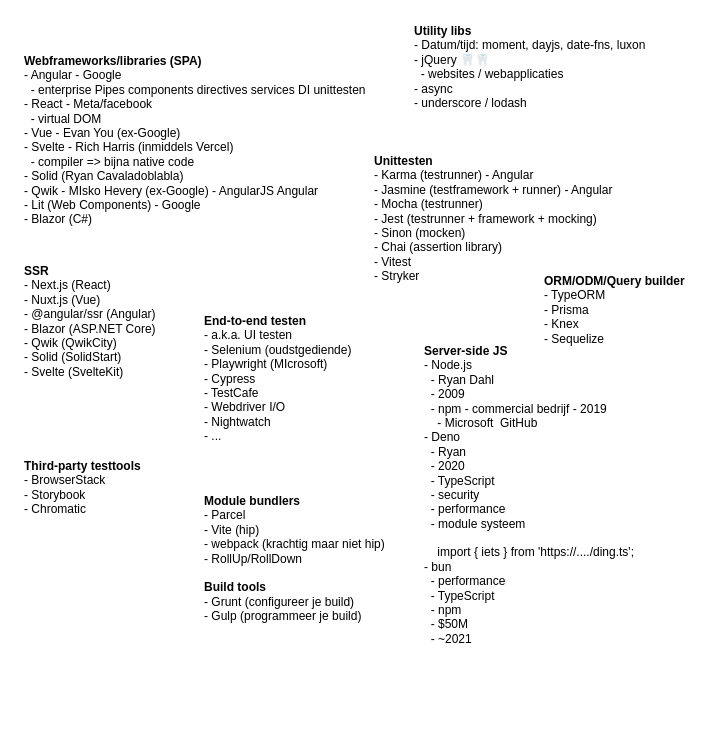
The draw.io diagram ecosystem.drawio in JPtenBerge/jsdevcor-2024-10, before the edit. Source tidied: cells renumbered, new cells numbered last; positions are measured from the earlier drawing's top-left corner, leaving out a move shared by most shapes. Both pictures are drawn from the tidied source at 100%, with x=0, y=0 at pixel (22, 17).
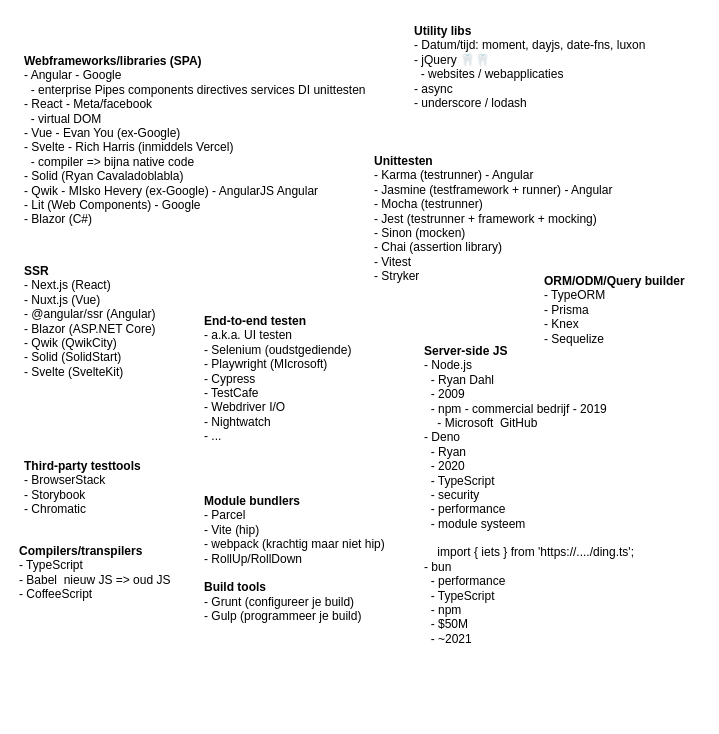
After the change.

What changed in the source:
```diff
@@
 <mxGraphModel>
   <root>
     <mxCell id="0" />
     <mxCell id="1" parent="0" />
     <mxCell id="2" value="&lt;b&gt;Server-side JS&lt;/b&gt;&lt;br&gt;- Node.js&lt;br&gt;&amp;nbsp; - Ryan Dahl&lt;br&gt;&amp;nbsp; - 2009&lt;br&gt;&amp;nbsp; - npm - commercial bedrijf - 2019&lt;br&gt;&amp;nbsp; &amp;nbsp; - Microsoft&amp;nbsp; GitHub&lt;br&gt;- Deno&lt;br&gt;&amp;nbsp; - Ryan&lt;br&gt;&amp;nbsp; - 2020&lt;br&gt;&amp;nbsp; - TypeScript&lt;br&gt;&amp;nbsp; - security&lt;br&gt;&amp;nbsp; - performance&lt;br&gt;&amp;nbsp; - module systeem&lt;br&gt;&lt;br&gt;&amp;nbsp; &amp;nbsp; import { iets } from 'https://..../ding.ts';&lt;br&gt;- bun&lt;br&gt;&amp;nbsp; - performance&lt;br&gt;&amp;nbsp; - TypeScript&lt;br&gt;&amp;nbsp; - npm&lt;br&gt;&amp;nbsp; - $50M&lt;br&gt;&amp;nbsp; - ~2021" style="text;html=1;strokeColor=none;fillColor=none;align=left;verticalAlign=top;whiteSpace=wrap;rounded=0;" parent="1" vertex="1">
       <mxGeometry x="400" y="320" width="260" height="380" as="geometry" />
     </mxCell>
     <mxCell id="3" value="&lt;b&gt;Webframeworks/libraries&amp;nbsp;(SPA)&lt;/b&gt;&lt;br&gt;- Angular - Google&lt;br&gt;&amp;nbsp; - enterprise Pipes components directives services DI unittesten&lt;br&gt;- React - Meta/facebook&lt;br&gt;&amp;nbsp; - virtual DOM&lt;br&gt;- Vue - Evan You (ex-Google)&lt;br&gt;- Svelte - Rich Harris (inmiddels Vercel)&lt;br&gt;&amp;nbsp; - compiler =&amp;gt; bijna native code&lt;br&gt;- Solid (Ryan Cavaladoblabla)&lt;br&gt;- Qwik - MIsko Hevery (ex-Google) - AngularJS Angular&lt;br&gt;- Lit (Web Components) - Google&lt;br&gt;- Blazor (C#)" style="text;html=1;strokeColor=none;fillColor=none;align=left;verticalAlign=top;whiteSpace=wrap;rounded=0;" parent="1" vertex="1">
       <mxGeometry y="30" width="370" height="210" as="geometry" />
     </mxCell>
     <mxCell id="4" value="&lt;b&gt;SSR&lt;/b&gt;&lt;br&gt;-&amp;nbsp;&lt;span style=&quot;background-color: initial;&quot;&gt;Next.js (React)&lt;br&gt;- Nuxt.js (Vue)&lt;br&gt;- @angular/ssr (Angular) &lt;br&gt;- Blazor (ASP.NET Core)&lt;br&gt;-&amp;nbsp;&lt;/span&gt;&lt;span style=&quot;background-color: initial;&quot;&gt;Qwik (QwikCity)&lt;br&gt;- Solid (SolidStart)&lt;br&gt;- Svelte (SvelteKit)&lt;/span&gt;&lt;span style=&quot;background-color: initial;&quot;&gt;&lt;br&gt;&lt;/span&gt;" style="text;html=1;strokeColor=none;fillColor=none;align=left;verticalAlign=top;whiteSpace=wrap;rounded=0;" parent="1" vertex="1">
       <mxGeometry y="240" width="180" height="150" as="geometry" />
     </mxCell>
     <mxCell id="5" value="&lt;b&gt;Utility libs&lt;/b&gt;&lt;br&gt;- Datum/tijd: moment, dayjs, date-fns, luxon&lt;br&gt;&lt;span style=&quot;background-color: initial;&quot;&gt;- jQuery 🦷🦷&lt;br&gt;&amp;nbsp; - websites / webapplicaties&lt;br&gt;- async&lt;br&gt;- underscore / lodash&lt;br&gt;&lt;br&gt;&lt;/span&gt;" style="text;html=1;strokeColor=none;fillColor=none;align=left;verticalAlign=top;whiteSpace=wrap;rounded=0;" parent="1" vertex="1">
       <mxGeometry x="390" width="270" height="150" as="geometry" />
     </mxCell>
     <mxCell id="6" value="&lt;b&gt;Unittesten&lt;/b&gt;&lt;br&gt;- Karma (testrunner) - Angular&lt;br&gt;- Jasmine (testframework + runner) - Angular&lt;br&gt;- Mocha (testrunner)&lt;br&gt;- Jest (testrunner + framework + mocking)&lt;br&gt;- Sinon (mocken)&lt;br&gt;- Chai (assertion library)&lt;br&gt;- Vitest&lt;br&gt;- Stryker" style="text;html=1;strokeColor=none;fillColor=none;align=left;verticalAlign=top;whiteSpace=wrap;rounded=0;" parent="1" vertex="1">
       <mxGeometry x="350" y="130" width="260" height="170" as="geometry" />
     </mxCell>
     <mxCell id="7" value="&lt;b&gt;End-to-end testen&lt;/b&gt;&lt;br&gt;- a.k.a. UI testen&lt;br&gt;- Selenium (oudstgediende)&lt;br&gt;- Playwright (MIcrosoft)&lt;br&gt;- Cypress&lt;br&gt;- TestCafe&lt;br&gt;- Webdriver I/O&lt;br&gt;- Nightwatch&lt;br&gt;- ..." style="text;html=1;strokeColor=none;fillColor=none;align=left;verticalAlign=top;whiteSpace=wrap;rounded=0;" parent="1" vertex="1">
       <mxGeometry x="180" y="290" width="260" height="170" as="geometry" />
     </mxCell>
     <mxCell id="8" value="&lt;b&gt;Third-party testtools&lt;/b&gt;&lt;br&gt;- BrowserStack&lt;br&gt;- Storybook&lt;br&gt;- Chromatic" style="text;html=1;strokeColor=none;fillColor=none;align=left;verticalAlign=top;whiteSpace=wrap;rounded=0;" parent="1" vertex="1">
       <mxGeometry y="435" width="150" height="95" as="geometry" />
     </mxCell>
     <mxCell id="9" value="&lt;b&gt;Module bundlers&lt;/b&gt;&lt;br&gt;- Parcel&lt;br&gt;- Vite (hip)&lt;br&gt;- webpack (krachtig maar niet hip)&lt;br&gt;- RollUp/RollDown&lt;br&gt;&lt;br&gt;&lt;b&gt;Build tools&lt;br&gt;&lt;/b&gt;- Grunt (configureer je build)&lt;br&gt;- Gulp (programmeer je build)" style="text;html=1;strokeColor=none;fillColor=none;align=left;verticalAlign=top;whiteSpace=wrap;rounded=0;" parent="1" vertex="1">
       <mxGeometry x="180" y="470" width="200" height="170" as="geometry" />
     </mxCell>
     <mxCell id="10" value="&lt;b&gt;ORM/ODM/Query builder&lt;/b&gt;&lt;br&gt;- TypeORM&lt;br&gt;- Prisma&lt;br&gt;- Knex&lt;br&gt;-&amp;nbsp;Sequelize" style="text;html=1;strokeColor=none;fillColor=none;align=left;verticalAlign=top;whiteSpace=wrap;rounded=0;" parent="1" vertex="1">
       <mxGeometry x="520" y="250" width="160" height="95" as="geometry" />
     </mxCell>
+    <mxCell id="11" value="&lt;b&gt;Compilers/transpilers&lt;/b&gt;&lt;br&gt;- TypeScript&lt;br&gt;- Babel&amp;nbsp; nieuw JS =&amp;gt; oud JS&lt;br&gt;- CoffeeScript" style="text;html=1;strokeColor=none;fillColor=none;align=left;verticalAlign=top;whiteSpace=wrap;rounded=0;" parent="1" vertex="1">
+      <mxGeometry x="-5" y="520" width="160" height="95" as="geometry" />
+    </mxCell>
   </root>
 </mxGraphModel>
```
